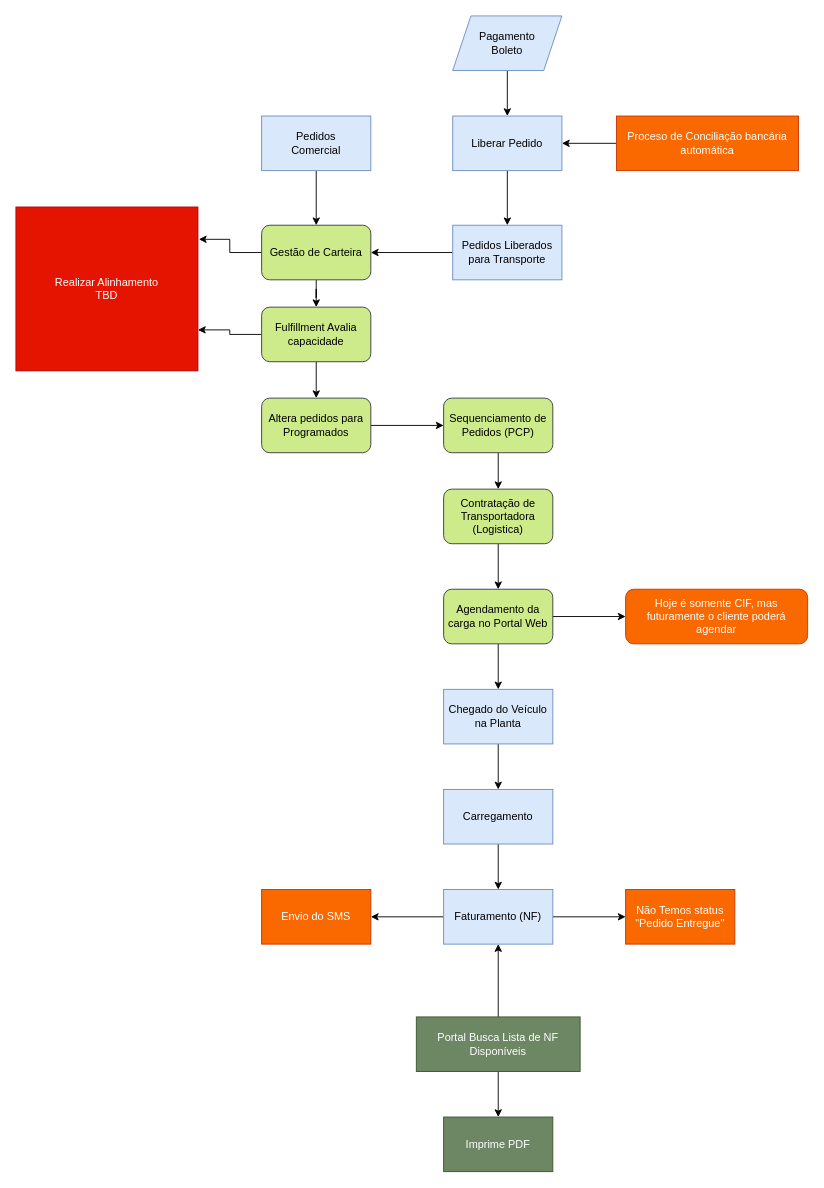
This is page "Entrega" (2 of 3) of OnlineSales.Alejandro.drawio from anlugifa/drawio, a draw.io file, before an edit. Source tidied: cells renumbered, new cells numbered last; positions are measured from the earlier drawing's top-left corner, leaving out a move shared by most shapes. Both pictures are drawn from the tidied source at 91%, with x=0, y=0 at pixel (15, 15).
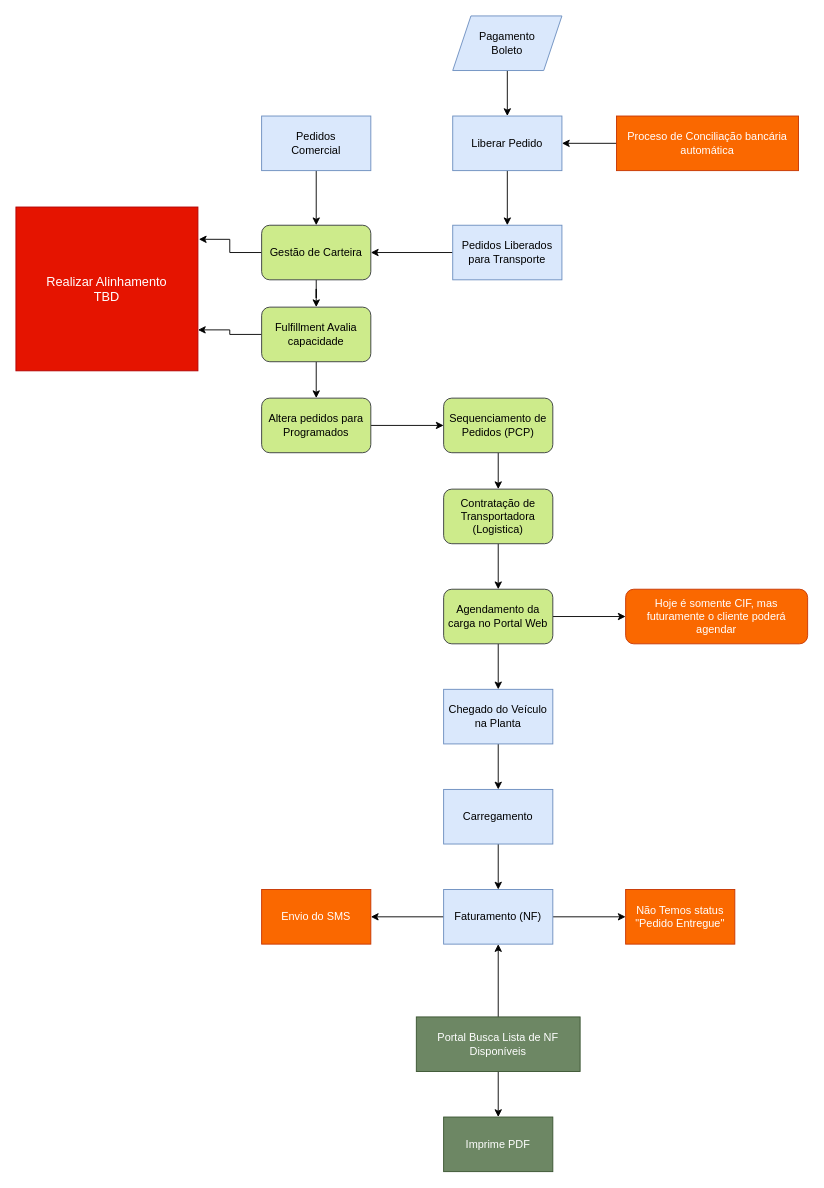
After the change.

The edit, as a diff of the source:
```diff
@@
-    <mxCell id="24" value="Realizar Alinhamento&lt;br style=&quot;font-size: 12px;&quot;&gt;TBD" style="rounded=0;whiteSpace=wrap;html=1;strokeColor=#B20000;fontSize=12;align=center;fillColor=#e51400;fontColor=#ffffff;" parent="1" vertex="1">
+    <mxCell id="24" value="Realizar Alinhamento&lt;br style=&quot;font-size: 14px;&quot;&gt;TBD" style="rounded=0;whiteSpace=wrap;html=1;strokeColor=#B20000;fontSize=14;align=center;fillColor=#e51400;fontColor=#ffffff;" parent="1" vertex="1">
       <mxGeometry y="210" width="200" height="180" as="geometry" />
     </mxCell>
```
